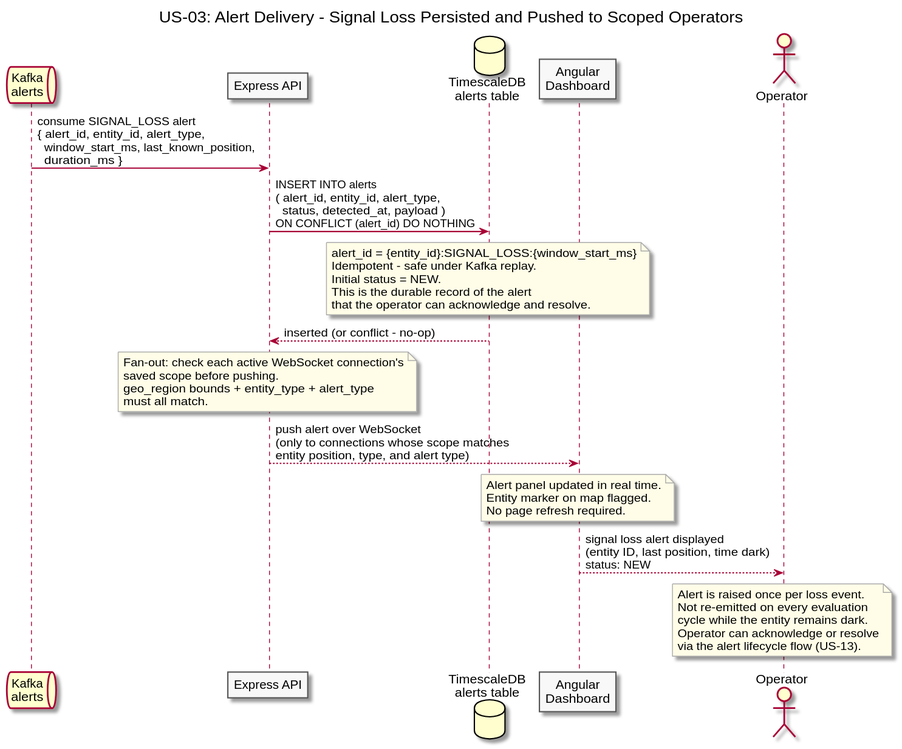
Buffden/sentinel keeps this PlantUML diagram as diagrams/docs/use-cases/US-03-signal-loss-alert/alert-delivery.svg. Above is the earlier version.
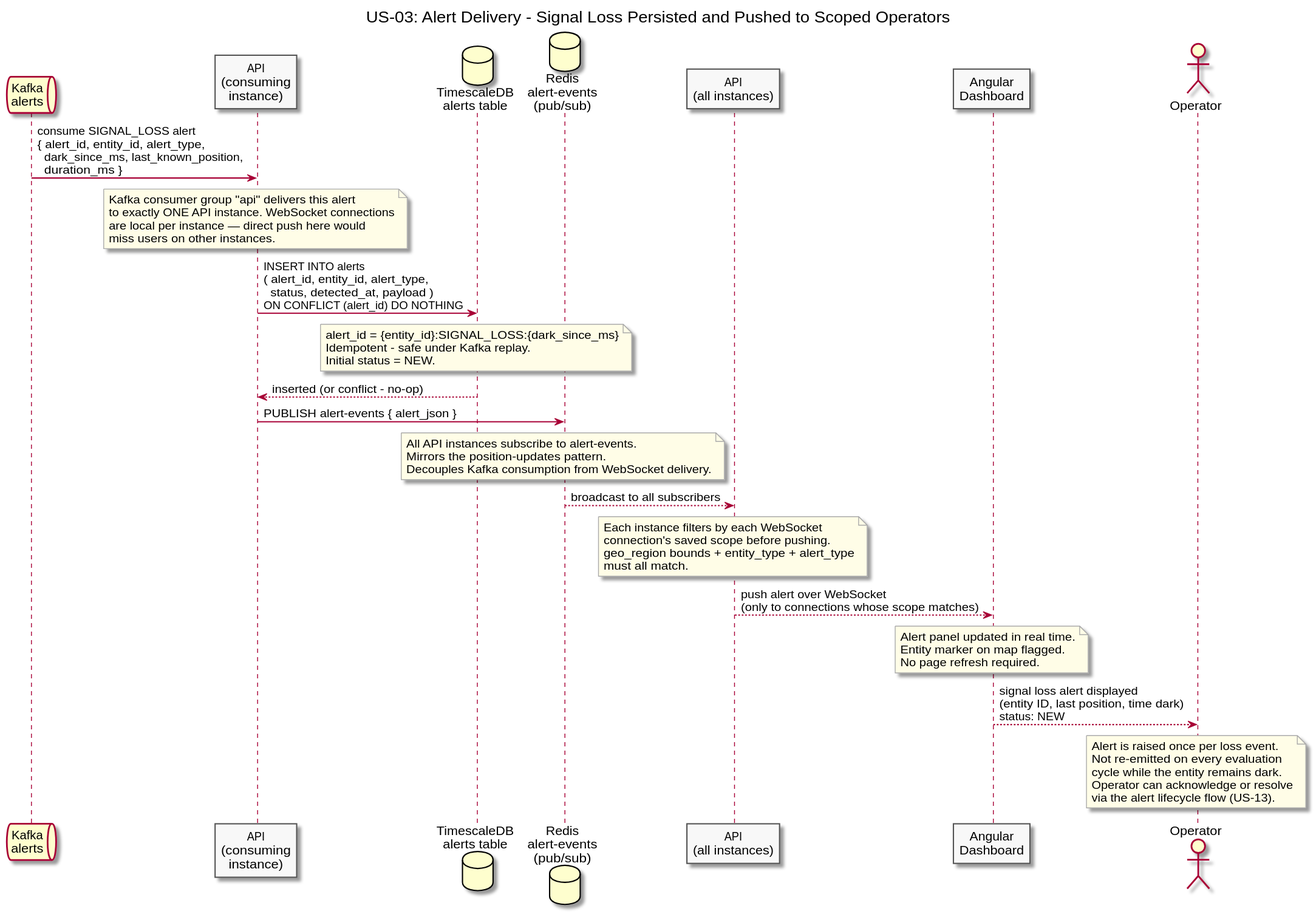
Above is the later version.

Diff of the diagram source:
```diff
@@ -8,33 +8,50 @@
 skinparam noteBackgroundColor #FFFDE7
 
 queue "Kafka\nalerts" as Kafka
-participant "Express API" as API
+participant "API\n(consuming\ninstance)" as APIConsumer
 database "TimescaleDB\nalerts table" as TSDB
+database "Redis\nalert-events\n(pub/sub)" as RedisPubSub
+participant "API\n(all instances)" as APIAll
 participant "Angular\nDashboard" as Dashboard
 actor Operator
 
-Kafka -> API : consume SIGNAL_LOSS alert\n{ alert_id, entity_id, alert_type,\n  window_start_ms, last_known_position,\n  duration_ms }
+Kafka -> APIConsumer : consume SIGNAL_LOSS alert\n{ alert_id, entity_id, alert_type,\n  dark_since_ms, last_known_position,\n  duration_ms }
 
-API -> TSDB : INSERT INTO alerts\n( alert_id, entity_id, alert_type,\n  status, detected_at, payload )\nON CONFLICT (alert_id) DO NOTHING
+note over APIConsumer
+  Kafka consumer group "api" delivers this alert
+  to exactly ONE API instance. WebSocket connections
+  are local per instance — direct push here would
+  miss users on other instances.
+end note
+
+APIConsumer -> TSDB : INSERT INTO alerts\n( alert_id, entity_id, alert_type,\n  status, detected_at, payload )\nON CONFLICT (alert_id) DO NOTHING
 
 note over TSDB
-  alert_id = {entity_id}:SIGNAL_LOSS:{window_start_ms}
+  alert_id = {entity_id}:SIGNAL_LOSS:{dark_since_ms}
   Idempotent - safe under Kafka replay.
   Initial status = NEW.
-  This is the durable record of the alert
-  that the operator can acknowledge and resolve.
 end note
 
-TSDB --> API : inserted (or conflict - no-op)
+TSDB --> APIConsumer : inserted (or conflict - no-op)
 
-note over API
-  Fan-out: check each active WebSocket connection's
-  saved scope before pushing.
+APIConsumer -> RedisPubSub : PUBLISH alert-events { alert_json }
+
+note over RedisPubSub
+  All API instances subscribe to alert-events.
+  Mirrors the position-updates pattern.
+  Decouples Kafka consumption from WebSocket delivery.
+end note
+
+RedisPubSub --> APIAll : broadcast to all subscribers
+
+note over APIAll
+  Each instance filters by each WebSocket
+  connection's saved scope before pushing.
   geo_region bounds + entity_type + alert_type
   must all match.
 end note
 
-API --> Dashboard : push alert over WebSocket\n(only to connections whose scope matches\nentity position, type, and alert type)
+APIAll --> Dashboard : push alert over WebSocket\n(only to connections whose scope matches)
 
 note over Dashboard
   Alert panel updated in real time.
```
